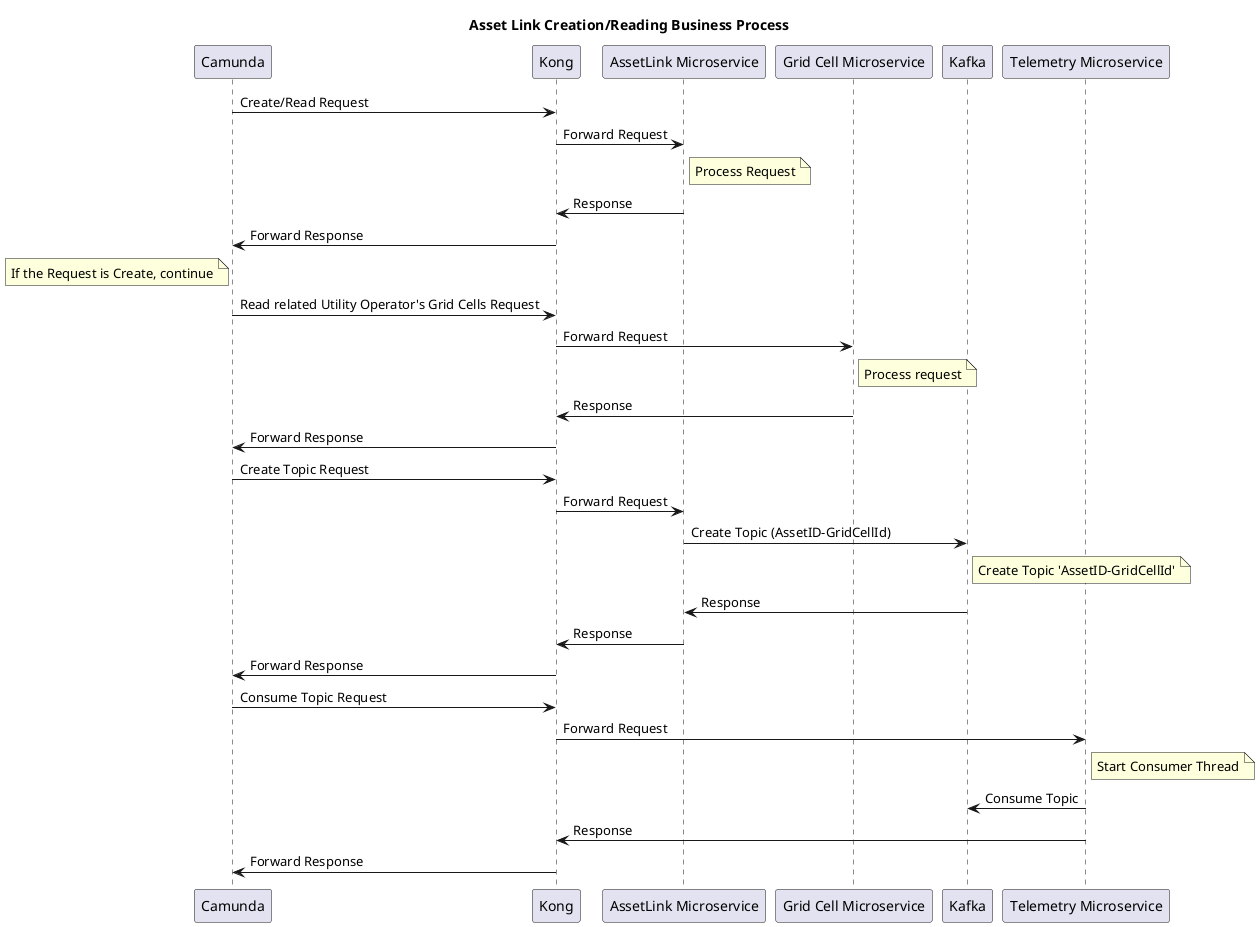
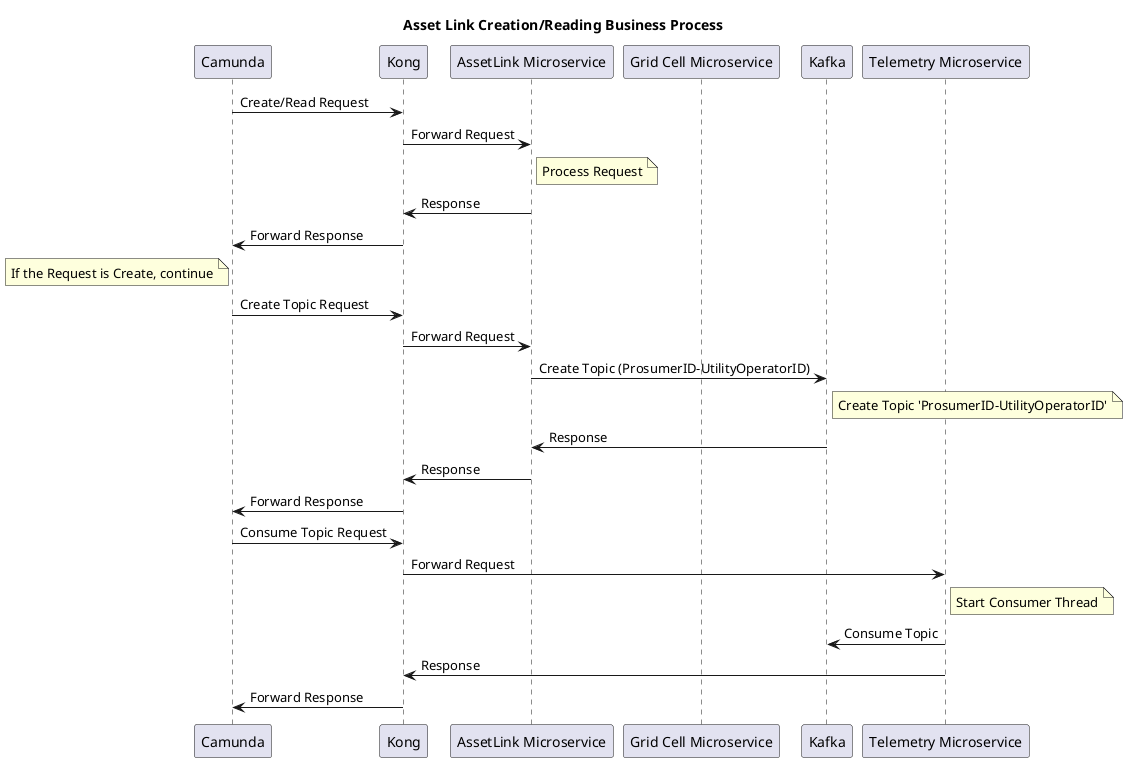
@startuml AssetLinkManagement
title Asset Link Creation/Reading Business Process

/'
In order to create an asset link we need to first make a contract between the prosumer and utility operator. POST /AssetLink
- Fetch all potential grid cells from the contracted Utility Operator. GET /GridCells/by-operator-ids?operatorIds=<id>
- Pick one of the operator's grid cells (Camunda form) — the chosen cell is used only for topic creation.
- Create a new topic(s) in Kafka using the AssetLink microservice POST /AssetLink/topic/{assetId}/{gridCellId}
+ Create a new topic(s) in Kafka using the AssetLink microservice POST /AssetLink/topic/{prosumerId}/{utilityOperatorId}
Activate the consumption of said topic(s) by the Telemetry Microservice POST /Telemetry/consume
'/

participant Camunda
participant Kong
participant "AssetLink Microservice" as Link
participant "Grid Cell Microservice" as GC
participant Kafka
participant "Telemetry Microservice" as Tel

Camunda -> Kong : Create/Read Request
Kong -> Link : Forward Request
note right of Link : Process Request
Link -> Kong : Response
Kong -> Camunda : Forward Response

note left of Camunda : If the Request is Create, continue

- Camunda -> Kong : Read related Utility Operator's Grid Cells Request
- Kong -> GC : Forward Request
- note right of GC : Process request
- GC -> Kong : Response
- Kong -> Camunda : Forward Response
- 
Camunda -> Kong : Create Topic Request
Kong -> Link : Forward Request
- Link -> Kafka : Create Topic (AssetID-GridCellId)
- note right of Kafka : Create Topic 'AssetID-GridCellId'
+ Link -> Kafka : Create Topic (ProsumerID-UtilityOperatorID)
+ note right of Kafka : Create Topic 'ProsumerID-UtilityOperatorID'
Kafka -> Link : Response
Link -> Kong : Response
Kong -> Camunda : Forward Response

Camunda -> Kong : Consume Topic Request
Kong -> Tel : Forward Request
note right of Tel : Start Consumer Thread
Tel -> Kafka : Consume Topic
Tel -> Kong : Response
Kong -> Camunda : Forward Response
@enduml